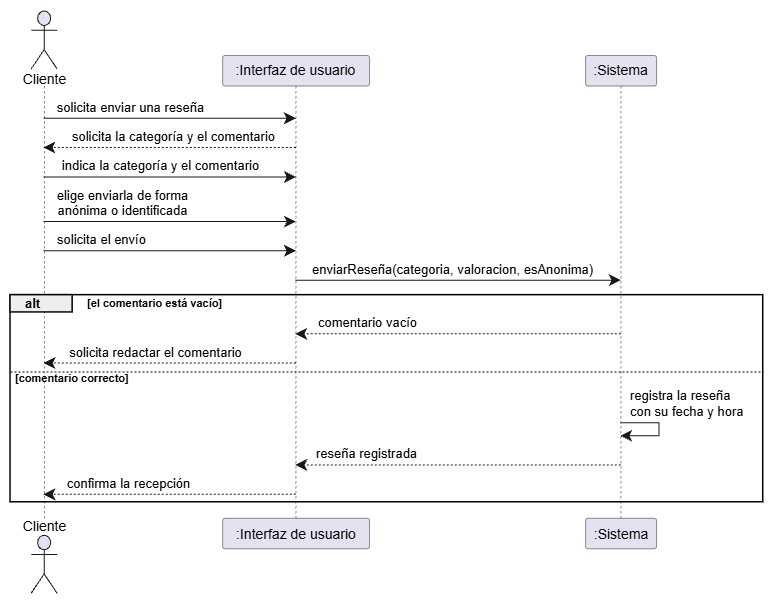
Above: assets/DS ENVIAR VALORACION O SUGERENCIA.png in gis-ir/IR2627-G1-06 (draw.io), before the change. Source tidied: cells renumbered, new cells last; positions are measured from the earlier drawing's top-left corner, leaving out a move shared by most shapes.
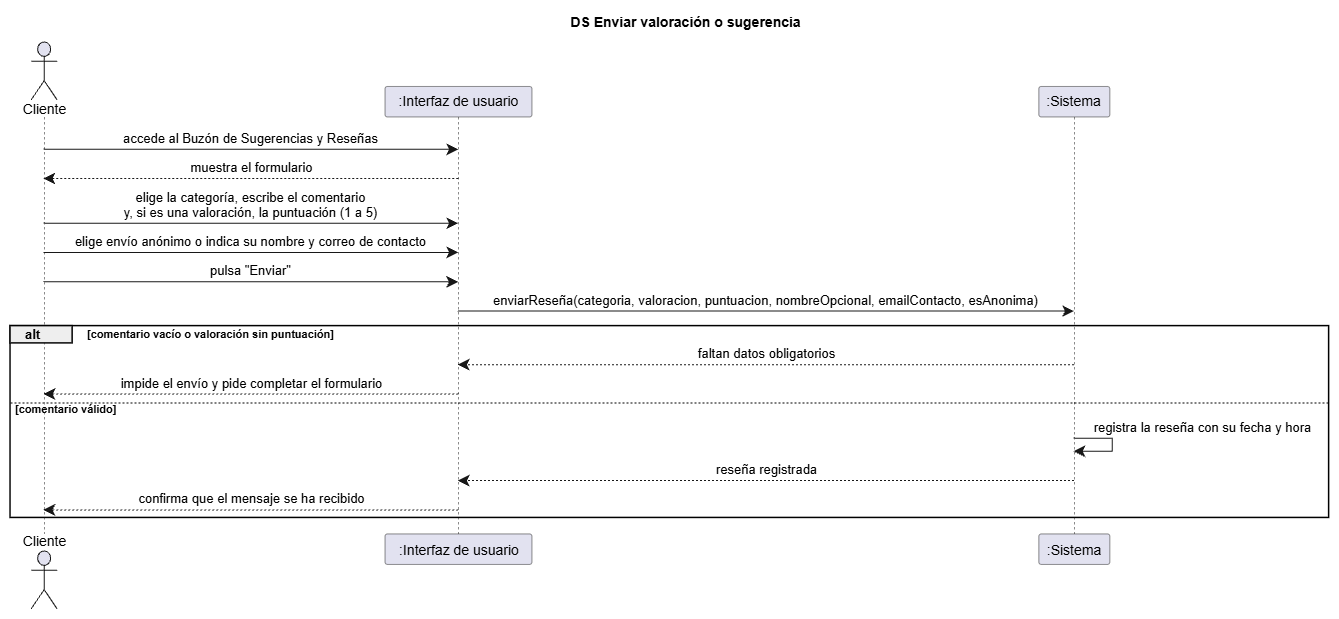
After the change.

Change to the diagram source:
```diff
@@ -5,120 +5,123 @@
     <mxCell id="2" style="group;transparentBounds=1;editIcon=1;lockedGroup=0;groupPadding=10;" parent="1" vertex="1">
       <mxGeometry as="geometry" />
     </mxCell>
-    <mxCell id="3" style="shape=umlLifeline;perimeter=lifelinePerimeter;participant=headless;size=75.49;lifelineMirror=1;dashPattern=5 5;outlineConnect=0;portConstraint=eastwest;newEdgeStyle={&quot;edgeStyle&quot;:&quot;sequenceEdgeStyle&quot;,&quot;libavoidRouting&quot;:0,&quot;curved&quot;:0,&quot;rounded&quot;:0};fillColor=none;strokeColor=#181818;strokeWidth=0.5;" parent="2" vertex="1">
-      <mxGeometry x="40" y="30" width="47.3" height="583.3" as="geometry" />
-    </mxCell>
+    <mxCell id="25" style="shape=umlLifeline;perimeter=lifelinePerimeter;participant=headless;size=75.49;lifelineMirror=1;dashPattern=5 5;outlineConnect=0;portConstraint=eastwest;newEdgeStyle={&quot;edgeStyle&quot;:&quot;sequenceEdgeStyle&quot;,&quot;libavoidRouting&quot;:0,&quot;curved&quot;:0,&quot;rounded&quot;:0};fillColor=none;strokeColor=#181818;strokeWidth=0.5;" parent="2" vertex="1">
+      <mxGeometry x="40" y="61" width="47.3" height="568" as="geometry" />
+    </mxCell>
-    <mxCell id="4" value="Cliente" style="shape=umlActor;verticalLabelPosition=bottom;verticalAlign=top;spacingTop=-5;fillColor=#E2E2F0;strokeColor=#181818;fontColor=#000000;fontSize=14;html=1;shadow=0;" parent="3" vertex="1">
+    <mxCell id="4" value="Cliente" style="shape=umlActor;verticalLabelPosition=bottom;verticalAlign=top;spacingTop=-5;fillColor=#E2E2F0;strokeColor=#181818;fontColor=#000000;fontSize=14;html=1;shadow=0;" parent="25" vertex="1">
       <mxGeometry x="10.7" y="0.5" width="26" height="58" as="geometry" />
     </mxCell>
-    <mxCell id="5" value="Cliente" style="shape=umlActor;verticalLabelPosition=top;verticalAlign=bottom;spacingBottom=-2.5;fillColor=#E2E2F0;strokeColor=#181818;fontColor=#000000;fontSize=14;html=1;shadow=0;" parent="3" vertex="1">
-      <mxGeometry x="10.7" y="524.8" width="26" height="58" as="geometry" />
+    <mxCell id="5" value="Cliente" style="shape=umlActor;verticalLabelPosition=top;verticalAlign=bottom;spacingBottom=-2.5;fillColor=#E2E2F0;strokeColor=#181818;fontColor=#000000;fontSize=14;html=1;shadow=0;" parent="25" vertex="1">
+      <mxGeometry x="10.7" y="509.5" width="26" height="58" as="geometry" />
     </mxCell>
     <mxCell id="6" value=":Interfaz de usuario" style="shape=umlLifeline;perimeter=lifelinePerimeter;size=30.49;lifelineMirror=1;dashPattern=5 5;outlineConnect=0;portConstraint=eastwest;newEdgeStyle={&quot;edgeStyle&quot;:&quot;sequenceEdgeStyle&quot;,&quot;libavoidRouting&quot;:0,&quot;curved&quot;:0,&quot;rounded&quot;:0};rounded=1;absoluteArcSize=1;arcSize=5;fillColor=#E2E2F0;strokeColor=#181818;strokeWidth=0.5;fontColor=#000000;fontSize=14;whiteSpace=wrap;html=1;shadow=0;" parent="2" vertex="1">
-      <mxGeometry x="242.1" y="75" width="146.9" height="493.3" as="geometry" />
+      <mxGeometry x="404.5" y="106" width="146.9" height="478" as="geometry" />
     </mxCell>
     <mxCell id="7" value=":Sistema" style="shape=umlLifeline;perimeter=lifelinePerimeter;size=30.49;lifelineMirror=1;dashPattern=5 5;outlineConnect=0;portConstraint=eastwest;newEdgeStyle={&quot;edgeStyle&quot;:&quot;sequenceEdgeStyle&quot;,&quot;libavoidRouting&quot;:0,&quot;curved&quot;:0,&quot;rounded&quot;:0};rounded=1;absoluteArcSize=1;arcSize=5;fillColor=#E2E2F0;strokeColor=#181818;strokeWidth=0.5;fontColor=#000000;fontSize=14;whiteSpace=wrap;html=1;shadow=0;" parent="2" vertex="1">
-      <mxGeometry x="605.1" y="75" width="71" height="493.3" as="geometry" />
+      <mxGeometry x="1058.4" y="106" width="71" height="478" as="geometry" />
     </mxCell>
-    <mxCell id="8" style="rounded=0;fillColor=none;strokeColor=#000000;strokeWidth=1.5;shadow=0;" parent="2" vertex="1">
-      <mxGeometry x="30" y="314.7" width="752.7" height="207.1" as="geometry" />
-    </mxCell>
+    <mxCell id="26" style="rounded=0;fillColor=none;strokeColor=#000000;strokeWidth=1.5;shadow=0;" parent="2" vertex="1">
+      <mxGeometry x="30" y="345.6" width="1318.6" height="191.8" as="geometry" />
+    </mxCell>
-    <mxCell id="9" value="alt" style="rounded=0;fillColor=#EEEEEE;strokeColor=#000000;strokeWidth=1.5;fontColor=#000000;fontSize=13;fontStyle=1;align=left;spacingLeft=13;verticalAlign=middle;html=1;shadow=0;" parent="8" vertex="1">
+    <mxCell id="9" value="alt" style="rounded=0;fillColor=#EEEEEE;strokeColor=#000000;strokeWidth=1.5;fontColor=#000000;fontSize=13;fontStyle=1;align=left;spacingLeft=13;verticalAlign=middle;html=1;shadow=0;" parent="26" vertex="1">
       <mxGeometry width="62.1" height="17.3" as="geometry" />
     </mxCell>
-    <mxCell id="10" value="[el comentario está vacío]" style="text;html=1;fontColor=#000000;fontSize=11;fontStyle=1;align=left;verticalAlign=middle;" parent="8" vertex="1">
-      <mxGeometry x="75.1" y="1" width="157" height="15" as="geometry" />
-    </mxCell>
-    <mxCell id="11" style="endArrow=none;html=1;strokeColor=#000000;strokeWidth=1;dashed=1;dashPattern=2 2;exitX=0;exitY=0.371;exitDx=0;exitDy=0;curved=0;rounded=0;endSize=6;fontSize=11;sourcePerimeterSpacing=0;targetPerimeterSpacing=0;" parent="8" edge="1" source="8">
-      <mxGeometry relative="1" as="geometry">
-        <mxPoint x="752.7" y="76.9" as="targetPoint" />
-      </mxGeometry>
-    </mxCell>
-    <mxCell id="12" value="[comentario correcto]" style="text;html=1;fontColor=#000000;fontSize=11;fontStyle=1;align=left;verticalAlign=middle;" parent="8" vertex="1">
-      <mxGeometry x="3" y="75.9" width="130.2" height="15" as="geometry" />
-    </mxCell>
-    <mxCell id="13" value="solicita enviar una reseña" style="endArrow=classic;endFill=1;endSize=9;html=1;edgeStyle=sequenceEdgeStyle;libavoidRouting=0;curved=0;rounded=0;strokeColor=#181818;strokeWidth=1;fontColor=#000000;fontSize=13;verticalAlign=bottom;labelBackgroundColor=none;sourcePerimeterSpacing=0;targetPerimeterSpacing=0;" parent="2" edge="1" source="3" target="6">
-      <mxGeometry x="-0.31" relative="1" as="geometry">
-        <Array as="points">
-          <mxPoint x="190" y="137.8" />
-        </Array>
-      </mxGeometry>
-    </mxCell>
-    <mxCell id="14" value="solicita la categoría y el comentario" style="endArrow=classic;endFill=1;endSize=9;html=1;edgeStyle=sequenceEdgeStyle;libavoidRouting=0;curved=0;rounded=0;strokeColor=#181818;strokeWidth=1;fontColor=#000000;fontSize=13;verticalAlign=bottom;labelBackgroundColor=none;dashed=1;dashPattern=2 2;sourcePerimeterSpacing=0;targetPerimeterSpacing=0;" parent="2" edge="1" source="6" target="3">
-      <mxGeometry x="-0.04" relative="1" as="geometry">
-        <Array as="points">
-          <mxPoint x="190" y="167.1" />
-        </Array>
-      </mxGeometry>
-    </mxCell>
-    <mxCell id="15" value="indica la categoría y el comentario" style="endArrow=classic;endFill=1;endSize=9;html=1;edgeStyle=sequenceEdgeStyle;libavoidRouting=0;curved=0;rounded=0;strokeColor=#181818;strokeWidth=1;fontColor=#000000;fontSize=13;verticalAlign=bottom;labelBackgroundColor=none;sourcePerimeterSpacing=0;targetPerimeterSpacing=0;" parent="2" edge="1" source="3" target="6">
-      <mxGeometry x="-0.07" relative="1" as="geometry">
-        <Array as="points">
-          <mxPoint x="190" y="196.4" />
-        </Array>
-      </mxGeometry>
-    </mxCell>
-    <mxCell id="16" value="elige enviarla de forma&#10;anónima o identificada" style="endArrow=classic;endFill=1;endSize=9;html=1;edgeStyle=sequenceEdgeStyle;libavoidRouting=0;curved=0;rounded=0;strokeColor=#181818;strokeWidth=1;fontColor=#000000;fontSize=13;verticalAlign=bottom;labelBackgroundColor=none;sourcePerimeterSpacing=0;targetPerimeterSpacing=0;" parent="2" edge="1" source="3" target="6">
-      <mxGeometry x="-0.37" relative="1" as="geometry">
-        <Array as="points">
-          <mxPoint x="190" y="241" />
-        </Array>
-      </mxGeometry>
-    </mxCell>
-    <mxCell id="17" value="solicita el envío" style="endArrow=classic;endFill=1;endSize=9;html=1;edgeStyle=sequenceEdgeStyle;libavoidRouting=0;curved=0;rounded=0;strokeColor=#181818;strokeWidth=1;fontColor=#000000;fontSize=13;verticalAlign=bottom;labelBackgroundColor=none;sourcePerimeterSpacing=0;targetPerimeterSpacing=0;" parent="2" edge="1" source="3" target="6">
-      <mxGeometry x="-0.54" relative="1" as="geometry">
-        <Array as="points">
-          <mxPoint x="190" y="270.4" />
-        </Array>
-      </mxGeometry>
-    </mxCell>
+    <mxCell id="27" value="[comentario vacío o valoración sin puntuación]" style="text;html=1;fontColor=#000000;fontSize=11;fontStyle=1;align=left;verticalAlign=middle;" parent="26" vertex="1">
+      <mxGeometry x="75.1" y="1" width="276" height="15" as="geometry" />
+    </mxCell>
+    <mxCell id="28" style="endArrow=none;html=1;strokeColor=#000000;strokeWidth=1;dashed=1;dashPattern=2 2;exitX=0;exitY=0.401;exitDx=0;exitDy=0;curved=0;rounded=0;endSize=6;fontSize=11;sourcePerimeterSpacing=0;targetPerimeterSpacing=0;" parent="26" edge="1" source="26">
+      <mxGeometry relative="1" as="geometry">
+        <mxPoint x="1318.6" y="76.9" as="targetPoint" />
+      </mxGeometry>
+    </mxCell>
+    <mxCell id="29" value="[comentario válido]" style="text;html=1;fontColor=#000000;fontSize=11;fontStyle=1;align=left;verticalAlign=middle;" parent="26" vertex="1">
+      <mxGeometry x="3" y="75.9" width="118.1" height="15" as="geometry" />
+    </mxCell>
+    <mxCell id="30" value="accede al Buzón de Sugerencias y Reseñas" style="endArrow=classic;endFill=1;endSize=9;html=1;edgeStyle=sequenceEdgeStyle;libavoidRouting=0;curved=0;rounded=0;strokeColor=#181818;strokeWidth=1;fontColor=#000000;fontSize=13;verticalAlign=bottom;labelBackgroundColor=none;align=center;sourcePerimeterSpacing=0;targetPerimeterSpacing=0;" parent="2" edge="1" source="25" target="6">
+      <mxGeometry relative="1" as="geometry">
+        <Array as="points">
+          <mxPoint x="271" y="168.8" />
+        </Array>
+      </mxGeometry>
+    </mxCell>
+    <mxCell id="31" value="muestra el formulario" style="endArrow=classic;endFill=1;endSize=9;html=1;edgeStyle=sequenceEdgeStyle;libavoidRouting=0;curved=0;rounded=0;strokeColor=#181818;strokeWidth=1;fontColor=#000000;fontSize=13;verticalAlign=bottom;labelBackgroundColor=none;dashed=1;dashPattern=2 2;align=center;sourcePerimeterSpacing=0;targetPerimeterSpacing=0;" parent="2" edge="1" source="6" target="25">
+      <mxGeometry relative="1" as="geometry">
+        <Array as="points">
+          <mxPoint x="271" y="198.1" />
+        </Array>
+      </mxGeometry>
+    </mxCell>
+    <mxCell id="32" value="elige la categoría, escribe el comentario&#10;y, si es una valoración, la puntuación (1 a 5)" style="endArrow=classic;endFill=1;endSize=9;html=1;edgeStyle=sequenceEdgeStyle;libavoidRouting=0;curved=0;rounded=0;strokeColor=#181818;strokeWidth=1;fontColor=#000000;fontSize=13;verticalAlign=bottom;labelBackgroundColor=none;align=center;sourcePerimeterSpacing=0;targetPerimeterSpacing=0;" parent="2" edge="1" source="25" target="6">
+      <mxGeometry relative="1" as="geometry">
+        <Array as="points">
+          <mxPoint x="271" y="242.7" />
+        </Array>
+      </mxGeometry>
+    </mxCell>
+    <mxCell id="33" value="elige envío anónimo o indica su nombre y correo de contacto" style="endArrow=classic;endFill=1;endSize=9;html=1;edgeStyle=sequenceEdgeStyle;libavoidRouting=0;curved=0;rounded=0;strokeColor=#181818;strokeWidth=1;fontColor=#000000;fontSize=13;verticalAlign=bottom;labelBackgroundColor=none;align=center;sourcePerimeterSpacing=0;targetPerimeterSpacing=0;" parent="2" edge="1" source="25" target="6">
+      <mxGeometry relative="1" as="geometry">
+        <Array as="points">
+          <mxPoint x="271" y="272" />
+        </Array>
+      </mxGeometry>
+    </mxCell>
+    <mxCell id="34" value="pulsa &quot;Enviar&quot;" style="endArrow=classic;endFill=1;endSize=9;html=1;edgeStyle=sequenceEdgeStyle;libavoidRouting=0;curved=0;rounded=0;strokeColor=#181818;strokeWidth=1;fontColor=#000000;fontSize=13;verticalAlign=bottom;labelBackgroundColor=none;align=center;sourcePerimeterSpacing=0;targetPerimeterSpacing=0;" parent="2" edge="1" source="25" target="6">
+      <mxGeometry relative="1" as="geometry">
+        <Array as="points">
+          <mxPoint x="271" y="301.3" />
+        </Array>
+      </mxGeometry>
+    </mxCell>
-    <mxCell id="18" value="enviarReseña(categoria, valoracion, esAnonima)" style="endArrow=classic;endFill=1;endSize=9;html=1;edgeStyle=sequenceEdgeStyle;libavoidRouting=0;curved=0;rounded=0;strokeColor=#181818;strokeWidth=1;fontColor=#000000;fontSize=13;verticalAlign=bottom;labelBackgroundColor=none;sourcePerimeterSpacing=0;targetPerimeterSpacing=0;" parent="2" edge="1" source="6" target="7">
-      <mxGeometry x="-0.03" relative="1" as="geometry">
+    <mxCell id="18" value="enviarReseña(categoria, valoracion, puntuacion, nombreOpcional, emailContacto, esAnonima)" style="endArrow=classic;endFill=1;endSize=9;html=1;edgeStyle=sequenceEdgeStyle;libavoidRouting=0;curved=0;rounded=0;strokeColor=#181818;strokeWidth=1;fontColor=#000000;fontSize=13;verticalAlign=bottom;labelBackgroundColor=none;align=center;sourcePerimeterSpacing=0;targetPerimeterSpacing=0;" parent="2" edge="1" source="6" target="7">
+      <mxGeometry relative="1" as="geometry">
         <Array as="points">
-          <mxPoint x="478" y="299.7" />
+          <mxPoint x="786" y="330.6" />
         </Array>
       </mxGeometry>
     </mxCell>
-    <mxCell id="19" value="comentario vacío" style="endArrow=classic;endFill=1;endSize=9;html=1;edgeStyle=sequenceEdgeStyle;libavoidRouting=0;curved=0;rounded=0;strokeColor=#181818;strokeWidth=1;fontColor=#000000;fontSize=13;verticalAlign=bottom;labelBackgroundColor=none;dashed=1;dashPattern=2 2;sourcePerimeterSpacing=0;targetPerimeterSpacing=0;" parent="2" edge="1" source="7" target="6">
-      <mxGeometry x="0.55" relative="1" as="geometry">
+    <mxCell id="19" value="faltan datos obligatorios" style="endArrow=classic;endFill=1;endSize=9;html=1;edgeStyle=sequenceEdgeStyle;libavoidRouting=0;curved=0;rounded=0;strokeColor=#181818;strokeWidth=1;fontColor=#000000;fontSize=13;verticalAlign=bottom;labelBackgroundColor=none;dashed=1;dashPattern=2 2;align=center;sourcePerimeterSpacing=0;targetPerimeterSpacing=0;" parent="2" edge="1" source="7" target="6">
+      <mxGeometry relative="1" as="geometry">
         <Array as="points">
-          <mxPoint x="478" y="353.3" />
+          <mxPoint x="786" y="384.2" />
         </Array>
       </mxGeometry>
     </mxCell>
-    <mxCell id="20" value="solicita redactar el comentario" style="endArrow=classic;endFill=1;endSize=9;html=1;edgeStyle=sequenceEdgeStyle;libavoidRouting=0;curved=0;rounded=0;strokeColor=#181818;strokeWidth=1;fontColor=#000000;fontSize=13;verticalAlign=bottom;labelBackgroundColor=none;dashed=1;dashPattern=2 2;sourcePerimeterSpacing=0;targetPerimeterSpacing=0;" parent="2" edge="1" source="6" target="3">
-      <mxGeometry x="0.11" relative="1" as="geometry">
-        <Array as="points">
-          <mxPoint x="190" y="382.6" />
-        </Array>
-      </mxGeometry>
-    </mxCell>
+    <mxCell id="35" value="impide el envío y pide completar el formulario" style="endArrow=classic;endFill=1;endSize=9;html=1;edgeStyle=sequenceEdgeStyle;libavoidRouting=0;curved=0;rounded=0;strokeColor=#181818;strokeWidth=1;fontColor=#000000;fontSize=13;verticalAlign=bottom;labelBackgroundColor=none;dashed=1;dashPattern=2 2;align=center;sourcePerimeterSpacing=0;targetPerimeterSpacing=0;" parent="2" edge="1" source="6" target="25">
+      <mxGeometry relative="1" as="geometry">
+        <Array as="points">
+          <mxPoint x="271" y="413.5" />
+        </Array>
+      </mxGeometry>
+    </mxCell>
-    <mxCell id="21" style="endArrow=classic;endFill=1;endSize=9;html=1;edgeStyle=sequenceEdgeStyle;libavoidRouting=0;curved=0;rounded=0;strokeColor=#181818;strokeWidth=1;fontSize=11;sourcePerimeterSpacing=0;targetPerimeterSpacing=0;" parent="2" edge="1" source="7" target="7">
+    <mxCell id="21" style="endArrow=classic;endFill=1;endSize=9;html=1;edgeStyle=sequenceEdgeStyle;libavoidRouting=0;curved=0;rounded=0;strokeColor=#181818;strokeWidth=1;align=center;fontSize=11;sourcePerimeterSpacing=0;targetPerimeterSpacing=0;" parent="2" edge="1" source="7" target="7">
       <mxGeometry relative="1" as="geometry">
         <Array as="points">
-          <mxPoint x="678.6" y="442.2" />
-          <mxPoint x="678.6" y="455.2" />
+          <mxPoint x="1131.9" y="457.8" />
+          <mxPoint x="1131.9" y="470.8" />
         </Array>
       </mxGeometry>
     </mxCell>
-    <mxCell id="22" value="registra la reseña&#10;con su fecha y hora" style="text;html=1;fontColor=#000000;fontSize=13;align=left;verticalAlign=middle;" parent="21" vertex="1">
-      <mxGeometry x="-1" width="129.13" height="33.62" relative="1" as="geometry">
-        <mxPoint x="7.8" y="-35.6" as="offset" />
+    <mxCell id="22" value="registra la reseña con su fecha y hora" style="text;html=1;fontColor=#000000;fontSize=13;align=center;verticalAlign=middle;" parent="21" vertex="1">
+      <mxGeometry x="-1" width="241.77" height="18.31" relative="1" as="geometry">
+        <mxPoint x="7.8" y="-20.3" as="offset" />
       </mxGeometry>
     </mxCell>
-    <mxCell id="23" value="reseña registrada" style="endArrow=classic;endFill=1;endSize=9;html=1;edgeStyle=sequenceEdgeStyle;libavoidRouting=0;curved=0;rounded=0;strokeColor=#181818;strokeWidth=1;fontColor=#000000;fontSize=13;verticalAlign=bottom;labelBackgroundColor=none;dashed=1;dashPattern=2 2;sourcePerimeterSpacing=0;targetPerimeterSpacing=0;" parent="2" edge="1" source="7" target="6">
-      <mxGeometry x="0.56" relative="1" as="geometry">
+    <mxCell id="23" value="reseña registrada" style="endArrow=classic;endFill=1;endSize=9;html=1;edgeStyle=sequenceEdgeStyle;libavoidRouting=0;curved=0;rounded=0;strokeColor=#181818;strokeWidth=1;fontColor=#000000;fontSize=13;verticalAlign=bottom;labelBackgroundColor=none;dashed=1;dashPattern=2 2;align=center;sourcePerimeterSpacing=0;targetPerimeterSpacing=0;" parent="2" edge="1" source="7" target="6">
+      <mxGeometry relative="1" as="geometry">
         <Array as="points">
-          <mxPoint x="478" y="484.5" />
+          <mxPoint x="786" y="500.1" />
         </Array>
       </mxGeometry>
     </mxCell>
-    <mxCell id="24" value="confirma la recepción" style="endArrow=classic;endFill=1;endSize=9;html=1;edgeStyle=sequenceEdgeStyle;libavoidRouting=0;curved=0;rounded=0;strokeColor=#181818;strokeWidth=1;fontColor=#000000;fontSize=13;verticalAlign=bottom;labelBackgroundColor=none;dashed=1;dashPattern=2 2;sourcePerimeterSpacing=0;targetPerimeterSpacing=0;" parent="2" edge="1" source="6" target="3">
-      <mxGeometry x="0.33" relative="1" as="geometry">
-        <Array as="points">
-          <mxPoint x="190" y="513.8" />
-        </Array>
-      </mxGeometry>
-    </mxCell>
+    <mxCell id="36" value="confirma que el mensaje se ha recibido" style="endArrow=classic;endFill=1;endSize=9;html=1;edgeStyle=sequenceEdgeStyle;libavoidRouting=0;curved=0;rounded=0;strokeColor=#181818;strokeWidth=1;fontColor=#000000;fontSize=13;verticalAlign=bottom;labelBackgroundColor=none;dashed=1;dashPattern=2 2;align=center;sourcePerimeterSpacing=0;targetPerimeterSpacing=0;" parent="2" edge="1" source="6" target="25">
+      <mxGeometry relative="1" as="geometry">
+        <Array as="points">
+          <mxPoint x="271" y="529.4" />
+        </Array>
+      </mxGeometry>
+    </mxCell>
+    <mxCell id="37" value="DS Enviar valoración o sugerencia" style="text;html=1;fillColor=none;strokeColor=none;fontSize=14;fontStyle=1;fontColor=#000000;align=center;verticalAlign=middle;" parent="2" vertex="1">
+      <mxGeometry x="577.6" y="30" width="254.3" height="24" as="geometry" />
+    </mxCell>
   </root>
 </mxGraphModel>
```
